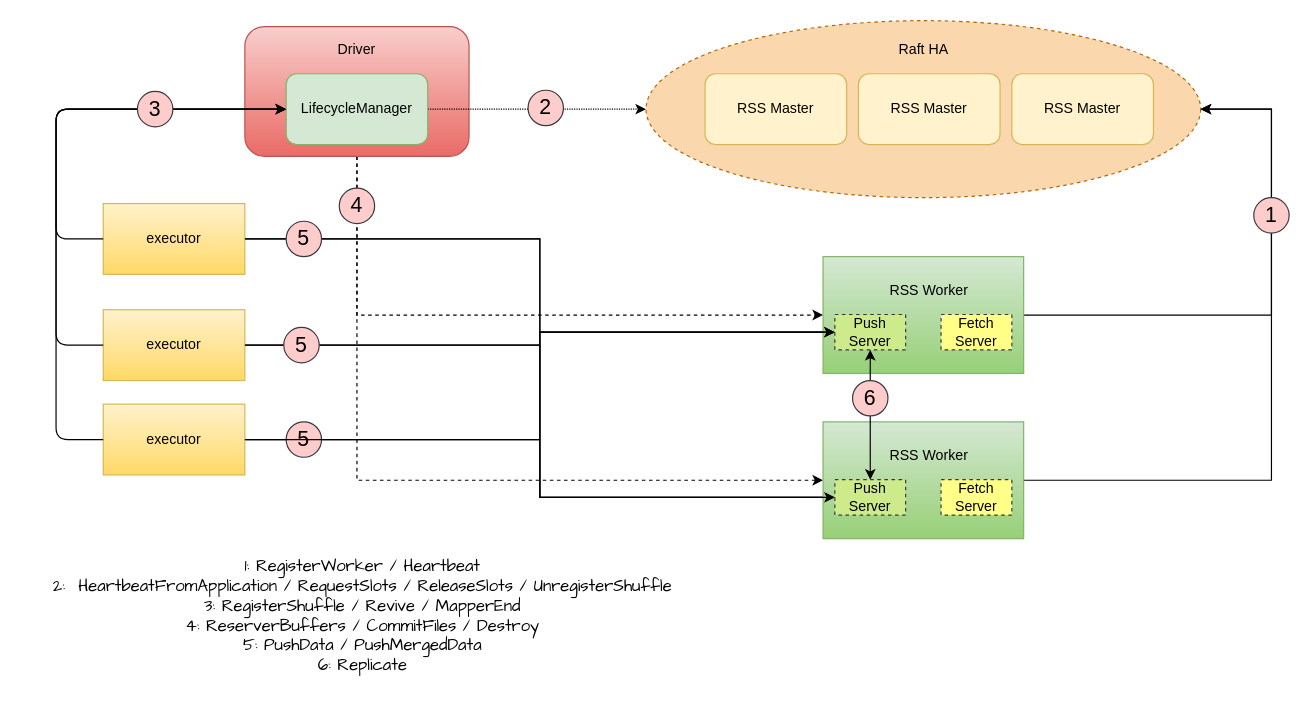
Before: assets/diagram/celeborn.drawio in apache/celeborn, a draw.io diagram. Source tidied: cells renumbered, new cells numbered last; positions are measured from the earlier drawing's top-left corner, leaving out a move shared by most shapes. Both pictures are drawn from the tidied source at 118%, with x=0, y=0 at pixel (20, 20).
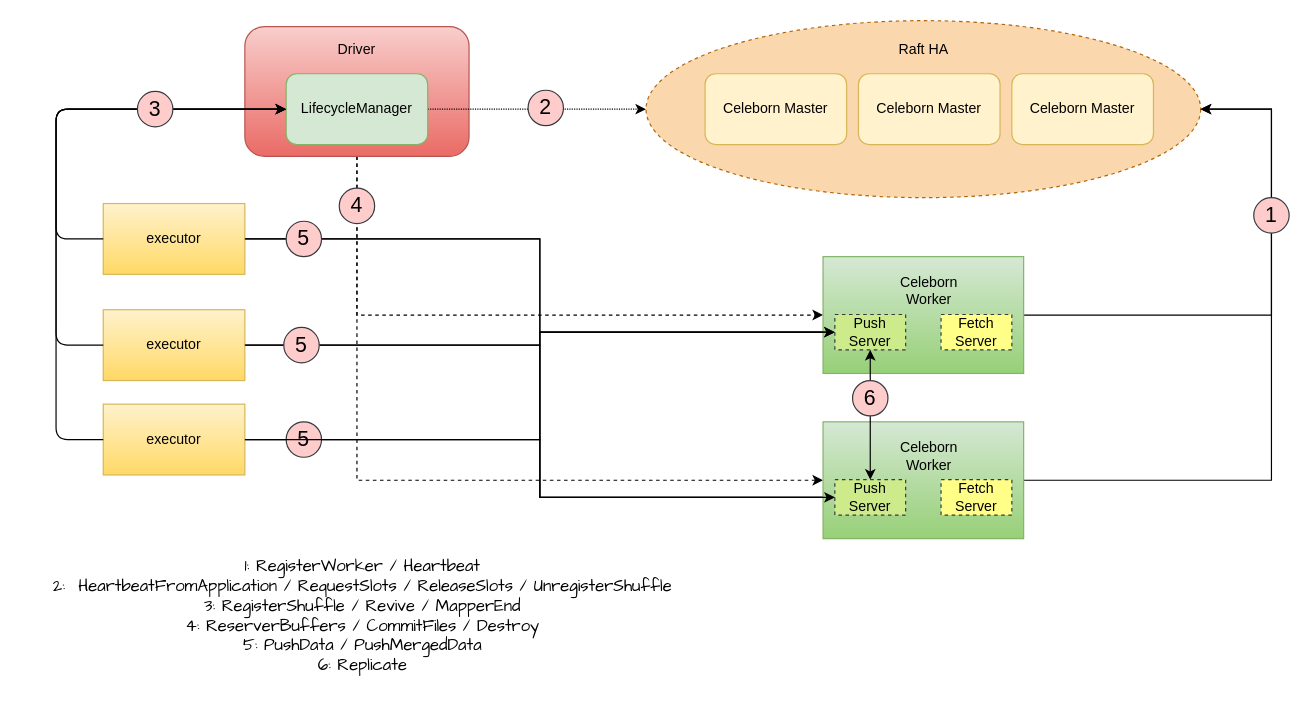
The same page after the edit.

What changed in the source:
```diff
@@
-    <mxCell id="15" value="RSS Master" style="rounded=1;whiteSpace=wrap;html=1;fillColor=#fff2cc;strokeColor=#d6b656;" parent="1" vertex="1">
+    <mxCell id="15" value="Celeborn Master" style="rounded=1;whiteSpace=wrap;html=1;fillColor=#fff2cc;strokeColor=#d6b656;" parent="1" vertex="1">
       <mxGeometry x="580" y="45" width="120" height="60" as="geometry" />
     </mxCell>
-    <mxCell id="16" value="RSS Master" style="rounded=1;whiteSpace=wrap;html=1;fillColor=#fff2cc;strokeColor=#d6b656;" parent="1" vertex="1">
+    <mxCell id="16" value="Celeborn Master" style="rounded=1;whiteSpace=wrap;html=1;fillColor=#fff2cc;strokeColor=#d6b656;" parent="1" vertex="1">
       <mxGeometry x="710" y="45" width="120" height="60" as="geometry" />
     </mxCell>
-    <mxCell id="17" value="&lt;span style=&quot;font-weight: normal&quot;&gt;RSS Master&lt;/span&gt;" style="rounded=1;whiteSpace=wrap;html=1;fontStyle=1;fillColor=#fff2cc;strokeColor=#d6b656;" parent="1" vertex="1">
+    <mxCell id="17" value="&lt;span style=&quot;font-weight: normal&quot;&gt;Celeborn Master&lt;/span&gt;" style="rounded=1;whiteSpace=wrap;html=1;fontStyle=1;fillColor=#fff2cc;strokeColor=#d6b656;" parent="1" vertex="1">
       <mxGeometry x="840" y="45" width="120" height="60" as="geometry" />
     </mxCell>
@@
-    <mxCell id="26" value="RSS Worker" style="text;html=1;strokeColor=none;fillColor=none;align=center;verticalAlign=middle;whiteSpace=wrap;rounded=0;" parent="1" vertex="1">
+    <mxCell id="26" value="Celeborn Worker" style="text;html=1;strokeColor=none;fillColor=none;align=center;verticalAlign=middle;whiteSpace=wrap;rounded=0;" parent="1" vertex="1">
       <mxGeometry x="735" y="219" width="70" height="20" as="geometry" />
     </mxCell>
@@
-    <mxCell id="36" value="RSS Worker" style="text;html=1;strokeColor=none;fillColor=none;align=center;verticalAlign=middle;whiteSpace=wrap;rounded=0;" parent="1" vertex="1">
+    <mxCell id="36" value="Celeborn Worker" style="text;html=1;strokeColor=none;fillColor=none;align=center;verticalAlign=middle;whiteSpace=wrap;rounded=0;" parent="1" vertex="1">
       <mxGeometry x="735" y="359" width="70" height="20" as="geometry" />
     </mxCell>
```
